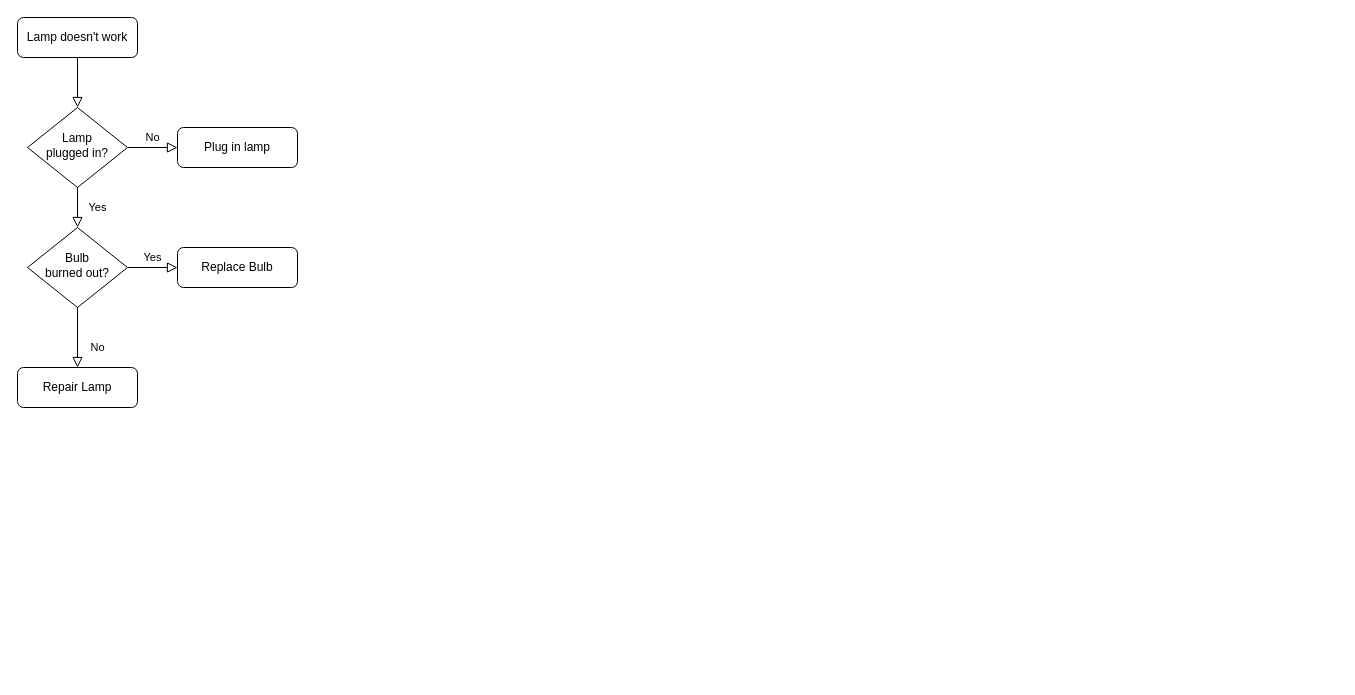
The draw.io diagram src/com/ironhack/homework_1/Untitled Diagram.drawio in JavaPotters/JavaPotters-Homework1, before the edit. Source tidied: cells renumbered, new cells numbered last; positions are measured from the earlier drawing's top-left corner, leaving out a move shared by most shapes. Both pictures are drawn from the tidied source at 100%, with x=0, y=0 at pixel (17, 17).
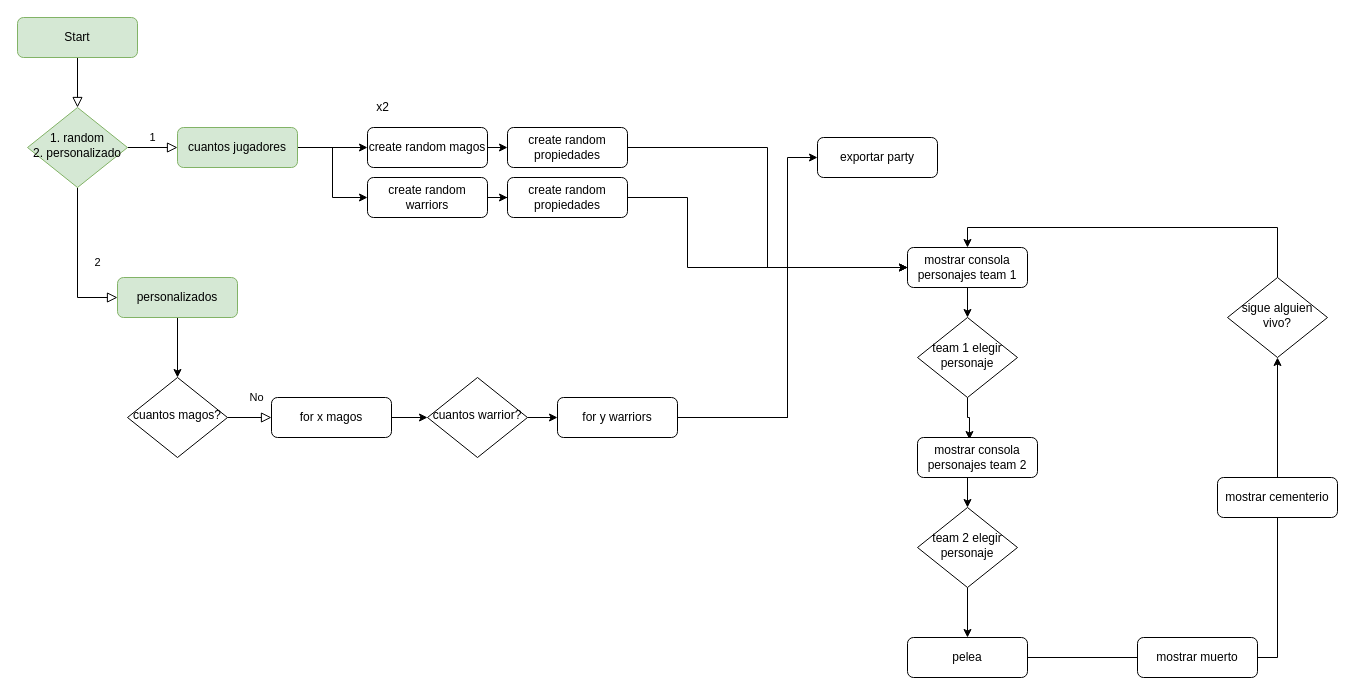
The same diagram, later.

Change to the diagram source:
```diff
@@
-    <mxCell id="3" value="Lamp doesn't work" style="rounded=1;whiteSpace=wrap;html=1;fontSize=12;glass=0;strokeWidth=1;shadow=0;" parent="1" vertex="1">
+    <mxCell id="3" value="Start" style="rounded=1;whiteSpace=wrap;html=1;fontSize=12;glass=0;strokeWidth=1;shadow=0;fillColor=#d5e8d4;strokeColor=#82b366;" parent="1" vertex="1">
       <mxGeometry width="120" height="40" as="geometry" />
     </mxCell>
-    <mxCell id="4" value="Yes" style="rounded=0;html=1;jettySize=auto;fontSize=11;endArrow=block;endFill=0;endSize=8;strokeWidth=1;shadow=0;labelBackgroundColor=none;edgeStyle=orthogonalEdgeStyle;" parent="1" edge="1" source="6" target="10">
+    <mxCell id="4" value="2" style="rounded=0;html=1;jettySize=auto;fontSize=11;endArrow=block;endFill=0;endSize=8;strokeWidth=1;shadow=0;labelBackgroundColor=none;edgeStyle=orthogonalEdgeStyle;entryX=0;entryY=0.5;entryDx=0;entryDy=0;" parent="1" edge="1" source="6" target="18">
       <mxGeometry y="20" relative="1" as="geometry" />
     </mxCell>
-    <mxCell id="5" value="No" style="edgeStyle=orthogonalEdgeStyle;rounded=0;html=1;jettySize=auto;fontSize=11;endArrow=block;endFill=0;endSize=8;strokeWidth=1;shadow=0;labelBackgroundColor=none;" parent="1" edge="1" source="6" target="7">
+    <mxCell id="5" value="1" style="edgeStyle=orthogonalEdgeStyle;rounded=0;html=1;jettySize=auto;fontSize=11;endArrow=block;endFill=0;endSize=8;strokeWidth=1;shadow=0;labelBackgroundColor=none;" parent="1" edge="1" source="6" target="7">
       <mxGeometry y="10" relative="1" as="geometry" />
     </mxCell>
-    <mxCell id="6" value="Lamp&lt;br&gt;plugged in?" style="rhombus;whiteSpace=wrap;html=1;shadow=0;fontFamily=Helvetica;fontSize=12;align=center;strokeWidth=1;spacing=6;spacingTop=-4;" parent="1" vertex="1">
+    <mxCell id="6" value="1. random&lt;br&gt;2. personalizado" style="rhombus;whiteSpace=wrap;html=1;shadow=0;fontFamily=Helvetica;fontSize=12;align=center;strokeWidth=1;spacing=6;spacingTop=-4;fillColor=#d5e8d4;strokeColor=#82b366;" parent="1" vertex="1">
       <mxGeometry x="10" y="90" width="100" height="80" as="geometry" />
     </mxCell>
+    <mxCell id="13" style="edgeStyle=orthogonalEdgeStyle;rounded=0;jettySize=auto;html=1;exitX=1;exitY=0.5;exitDx=0;exitDy=0;entryX=0;entryY=0.5;entryDx=0;entryDy=0;" parent="1" edge="1" source="7" target="12">
+      <mxGeometry relative="1" as="geometry" />
+    </mxCell>
+    <mxCell id="14" style="edgeStyle=orthogonalEdgeStyle;rounded=0;jettySize=auto;html=1;exitX=1;exitY=0.5;exitDx=0;exitDy=0;entryX=0;entryY=0.5;entryDx=0;entryDy=0;" parent="1" edge="1" source="7" target="20">
+      <mxGeometry relative="1" as="geometry" />
+    </mxCell>
-    <mxCell id="7" value="Plug in lamp" style="rounded=1;whiteSpace=wrap;html=1;fontSize=12;glass=0;strokeWidth=1;shadow=0;" parent="1" vertex="1">
+    <mxCell id="7" value="cuantos jugadores" style="rounded=1;whiteSpace=wrap;html=1;fontSize=12;glass=0;strokeWidth=1;shadow=0;fillColor=#d5e8d4;strokeColor=#82b366;" parent="1" vertex="1">
       <mxGeometry x="160" y="110" width="120" height="40" as="geometry" />
     </mxCell>
@@
-    <mxCell id="9" value="Yes" style="edgeStyle=orthogonalEdgeStyle;rounded=0;html=1;jettySize=auto;fontSize=11;endArrow=block;endFill=0;endSize=8;strokeWidth=1;shadow=0;labelBackgroundColor=none;" parent="1" edge="1" source="10" target="12">
-      <mxGeometry y="10" relative="1" as="geometry" />
-    </mxCell>
-    <mxCell id="10" value="Bulb&lt;br&gt;burned out?" style="rhombus;whiteSpace=wrap;html=1;shadow=0;fontFamily=Helvetica;fontSize=12;align=center;strokeWidth=1;spacing=6;spacingTop=-4;" parent="1" vertex="1">
-      <mxGeometry x="10" y="210" width="100" height="80" as="geometry" />
+    <mxCell id="10" value="cuantos magos?" style="rhombus;whiteSpace=wrap;html=1;shadow=0;fontFamily=Helvetica;fontSize=12;align=center;strokeWidth=1;spacing=6;spacingTop=-4;" parent="1" vertex="1">
+      <mxGeometry x="110" y="360" width="100" height="80" as="geometry" />
     </mxCell>
+    <mxCell id="15" style="edgeStyle=orthogonalEdgeStyle;rounded=0;jettySize=auto;html=1;" parent="1" edge="1" source="11" target="29">
+      <mxGeometry relative="1" as="geometry" />
+    </mxCell>
-    <mxCell id="11" value="Repair Lamp" style="rounded=1;whiteSpace=wrap;html=1;fontSize=12;glass=0;strokeWidth=1;shadow=0;" parent="1" vertex="1">
-      <mxGeometry y="350" width="120" height="40" as="geometry" />
+    <mxCell id="11" value="for x magos" style="rounded=1;whiteSpace=wrap;html=1;fontSize=12;glass=0;strokeWidth=1;shadow=0;" parent="1" vertex="1">
+      <mxGeometry x="254" y="380" width="120" height="40" as="geometry" />
     </mxCell>
+    <mxCell id="16" style="edgeStyle=orthogonalEdgeStyle;rounded=0;jettySize=auto;html=1;exitX=1;exitY=0.5;exitDx=0;exitDy=0;entryX=0;entryY=0.5;entryDx=0;entryDy=0;" parent="1" edge="1" source="12" target="23">
+      <mxGeometry relative="1" as="geometry" />
+    </mxCell>
-    <mxCell id="12" value="Replace Bulb" style="rounded=1;whiteSpace=wrap;html=1;fontSize=12;glass=0;strokeWidth=1;shadow=0;" parent="1" vertex="1">
-      <mxGeometry x="160" y="230" width="120" height="40" as="geometry" />
+    <mxCell id="12" value="create random magos" style="rounded=1;whiteSpace=wrap;html=1;fontSize=12;glass=0;strokeWidth=1;shadow=0;" parent="1" vertex="1">
+      <mxGeometry x="350" y="110" width="120" height="40" as="geometry" />
     </mxCell>
+    <mxCell id="17" style="edgeStyle=orthogonalEdgeStyle;rounded=0;jettySize=auto;html=1;exitX=0.5;exitY=1;exitDx=0;exitDy=0;" parent="1" edge="1" source="18" target="10">
+      <mxGeometry relative="1" as="geometry" />
+    </mxCell>
+    <mxCell id="18" value="personalizados" style="rounded=1;whiteSpace=wrap;html=1;fontSize=12;glass=0;strokeWidth=1;shadow=0;fillColor=#d5e8d4;strokeColor=#82b366;" parent="1" vertex="1">
+      <mxGeometry x="100" y="260" width="120" height="40" as="geometry" />
+    </mxCell>
+    <mxCell id="19" style="edgeStyle=orthogonalEdgeStyle;rounded=0;jettySize=auto;html=1;exitX=1;exitY=0.5;exitDx=0;exitDy=0;" parent="1" edge="1" source="20" target="25">
+      <mxGeometry relative="1" as="geometry" />
+    </mxCell>
+    <mxCell id="20" value="create random warriors" style="rounded=1;whiteSpace=wrap;html=1;fontSize=12;glass=0;strokeWidth=1;shadow=0;" parent="1" vertex="1">
+      <mxGeometry x="350" y="160" width="120" height="40" as="geometry" />
+    </mxCell>
+    <mxCell id="21" value="x2" style="text;html=1;align=center;verticalAlign=middle;strokeColor=none;fillColor=none;" parent="1" vertex="1">
+      <mxGeometry x="350" y="80" width="30" height="20" as="geometry" />
+    </mxCell>
+    <mxCell id="22" style="edgeStyle=orthogonalEdgeStyle;rounded=0;jettySize=auto;html=1;exitX=1;exitY=0.5;exitDx=0;exitDy=0;entryX=0;entryY=0.5;entryDx=0;entryDy=0;" parent="1" edge="1" source="23" target="27">
+      <mxGeometry relative="1" as="geometry" />
+    </mxCell>
+    <mxCell id="23" value="create random propiedades" style="rounded=1;whiteSpace=wrap;html=1;fontSize=12;glass=0;strokeWidth=1;shadow=0;" parent="1" vertex="1">
+      <mxGeometry x="490" y="110" width="120" height="40" as="geometry" />
+    </mxCell>
+    <mxCell id="24" style="edgeStyle=orthogonalEdgeStyle;rounded=0;jettySize=auto;html=1;exitX=1;exitY=0.5;exitDx=0;exitDy=0;" parent="1" edge="1" source="25">
+      <mxGeometry relative="1" as="geometry">
+        <mxPoint x="890" y="250" as="targetPoint" />
+        <Array as="points">
+          <mxPoint x="670" y="180" />
+          <mxPoint x="670" y="250" />
+        </Array>
+      </mxGeometry>
+    </mxCell>
+    <mxCell id="25" value="create random propiedades" style="rounded=1;whiteSpace=wrap;html=1;fontSize=12;glass=0;strokeWidth=1;shadow=0;" parent="1" vertex="1">
+      <mxGeometry x="490" y="160" width="120" height="40" as="geometry" />
+    </mxCell>
+    <mxCell id="26" style="edgeStyle=orthogonalEdgeStyle;rounded=0;jettySize=auto;html=1;exitX=0.5;exitY=1;exitDx=0;exitDy=0;" parent="1" edge="1" source="27" target="34">
+      <mxGeometry relative="1" as="geometry" />
+    </mxCell>
+    <mxCell id="27" value="mostrar consola personajes team 1" style="rounded=1;whiteSpace=wrap;html=1;fontSize=12;glass=0;strokeWidth=1;shadow=0;" parent="1" vertex="1">
+      <mxGeometry x="890" y="230" width="120" height="40" as="geometry" />
+    </mxCell>
+    <mxCell id="28" style="edgeStyle=orthogonalEdgeStyle;rounded=0;jettySize=auto;html=1;exitX=1;exitY=0.5;exitDx=0;exitDy=0;" parent="1" edge="1" source="29" target="32">
+      <mxGeometry relative="1" as="geometry" />
+    </mxCell>
+    <mxCell id="29" value="cuantos warrior?" style="rhombus;whiteSpace=wrap;html=1;shadow=0;fontFamily=Helvetica;fontSize=12;align=center;strokeWidth=1;spacing=6;spacingTop=-4;" parent="1" vertex="1">
+      <mxGeometry x="410" y="360" width="100" height="80" as="geometry" />
+    </mxCell>
+    <mxCell id="30" style="edgeStyle=orthogonalEdgeStyle;rounded=0;jettySize=auto;html=1;exitX=1;exitY=0.5;exitDx=0;exitDy=0;" parent="1" edge="1" source="32">
+      <mxGeometry relative="1" as="geometry">
+        <mxPoint x="890" y="250" as="targetPoint" />
+        <Array as="points">
+          <mxPoint x="770" y="400" />
+          <mxPoint x="770" y="250" />
+        </Array>
+      </mxGeometry>
+    </mxCell>
+    <mxCell id="31" style="edgeStyle=orthogonalEdgeStyle;rounded=0;jettySize=auto;html=1;exitX=1;exitY=0.5;exitDx=0;exitDy=0;" parent="1" edge="1" source="32" target="47">
+      <mxGeometry relative="1" as="geometry">
+        <Array as="points">
+          <mxPoint x="770" y="400" />
+          <mxPoint x="770" y="140" />
+        </Array>
+      </mxGeometry>
+    </mxCell>
+    <mxCell id="32" value="for y warriors" style="rounded=1;whiteSpace=wrap;html=1;fontSize=12;glass=0;strokeWidth=1;shadow=0;" parent="1" vertex="1">
+      <mxGeometry x="540" y="380" width="120" height="40" as="geometry" />
+    </mxCell>
+    <mxCell id="33" style="edgeStyle=orthogonalEdgeStyle;rounded=0;jettySize=auto;html=1;exitX=0.5;exitY=1;exitDx=0;exitDy=0;entryX=0.433;entryY=0.05;entryDx=0;entryDy=0;entryPerimeter=0;" parent="1" edge="1" source="34" target="38">
+      <mxGeometry relative="1" as="geometry" />
+    </mxCell>
+    <mxCell id="34" value="team 1 elegir personaje" style="rhombus;whiteSpace=wrap;html=1;shadow=0;fontFamily=Helvetica;fontSize=12;align=center;strokeWidth=1;spacing=6;spacingTop=-4;" parent="1" vertex="1">
+      <mxGeometry x="900" y="300" width="100" height="80" as="geometry" />
+    </mxCell>
+    <mxCell id="35" style="edgeStyle=orthogonalEdgeStyle;rounded=0;jettySize=auto;html=1;exitX=0.5;exitY=1;exitDx=0;exitDy=0;" parent="1" edge="1" source="36" target="39">
+      <mxGeometry relative="1" as="geometry" />
+    </mxCell>
+    <mxCell id="36" value="team 2 elegir personaje" style="rhombus;whiteSpace=wrap;html=1;shadow=0;fontFamily=Helvetica;fontSize=12;align=center;strokeWidth=1;spacing=6;spacingTop=-4;" parent="1" vertex="1">
+      <mxGeometry x="900" y="490" width="100" height="80" as="geometry" />
+    </mxCell>
+    <mxCell id="37" style="edgeStyle=orthogonalEdgeStyle;rounded=0;jettySize=auto;html=1;exitX=0.5;exitY=1;exitDx=0;exitDy=0;entryX=0.5;entryY=0;entryDx=0;entryDy=0;" parent="1" edge="1" source="38" target="36">
+      <mxGeometry relative="1" as="geometry" />
+    </mxCell>
+    <mxCell id="38" value="mostrar consola personajes team 2" style="rounded=1;whiteSpace=wrap;html=1;fontSize=12;glass=0;strokeWidth=1;shadow=0;" parent="1" vertex="1">
+      <mxGeometry x="900" y="420" width="120" height="40" as="geometry" />
+    </mxCell>
+    <mxCell id="39" value="pelea" style="rounded=1;whiteSpace=wrap;html=1;fontSize=12;glass=0;strokeWidth=1;shadow=0;" parent="1" vertex="1">
+      <mxGeometry x="890" y="620" width="120" height="40" as="geometry" />
+    </mxCell>
+    <mxCell id="40" style="edgeStyle=orthogonalEdgeStyle;rounded=0;jettySize=auto;html=1;exitX=0.5;exitY=0;exitDx=0;exitDy=0;entryX=0.5;entryY=0;entryDx=0;entryDy=0;" parent="1" edge="1" source="41" target="27">
+      <mxGeometry relative="1" as="geometry" />
+    </mxCell>
+    <mxCell id="41" value="sigue alguien vivo?" style="rhombus;whiteSpace=wrap;html=1;shadow=0;fontFamily=Helvetica;fontSize=12;align=center;strokeWidth=1;spacing=6;spacingTop=-4;" parent="1" vertex="1">
+      <mxGeometry x="1210" y="260" width="100" height="80" as="geometry" />
+    </mxCell>
+    <mxCell id="42" value="mostrar muerto" style="rounded=1;whiteSpace=wrap;html=1;fontSize=12;glass=0;strokeWidth=1;shadow=0;" parent="1" vertex="1">
+      <mxGeometry x="1120" y="620" width="120" height="40" as="geometry" />
+    </mxCell>
+    <mxCell id="43" style="edgeStyle=orthogonalEdgeStyle;rounded=0;jettySize=auto;html=1;exitX=1;exitY=0.5;exitDx=0;exitDy=0;entryX=0;entryY=0.5;entryDx=0;entryDy=0;endArrow=none;" parent="1" edge="1" source="39" target="42">
+      <mxGeometry relative="1" as="geometry" />
+    </mxCell>
+    <mxCell id="44" style="edgeStyle=orthogonalEdgeStyle;rounded=0;jettySize=auto;html=1;exitX=0.5;exitY=0;exitDx=0;exitDy=0;entryX=0.5;entryY=1;entryDx=0;entryDy=0;" parent="1" edge="1" source="45" target="41">
+      <mxGeometry relative="1" as="geometry" />
+    </mxCell>
+    <mxCell id="45" value="mostrar cementerio" style="rounded=1;whiteSpace=wrap;html=1;fontSize=12;glass=0;strokeWidth=1;shadow=0;" parent="1" vertex="1">
+      <mxGeometry x="1200" y="460" width="120" height="40" as="geometry" />
+    </mxCell>
+    <mxCell id="46" style="edgeStyle=orthogonalEdgeStyle;rounded=0;jettySize=auto;html=1;exitX=1;exitY=0.5;exitDx=0;exitDy=0;entryX=0.5;entryY=1;entryDx=0;entryDy=0;startArrow=none;endArrow=none;" parent="1" edge="1" source="42" target="45">
+      <mxGeometry relative="1" as="geometry" />
+    </mxCell>
+    <mxCell id="47" value="exportar party" style="rounded=1;whiteSpace=wrap;html=1;fontSize=12;glass=0;strokeWidth=1;shadow=0;" parent="1" vertex="1">
+      <mxGeometry x="800" y="120" width="120" height="40" as="geometry" />
+    </mxCell>
```
